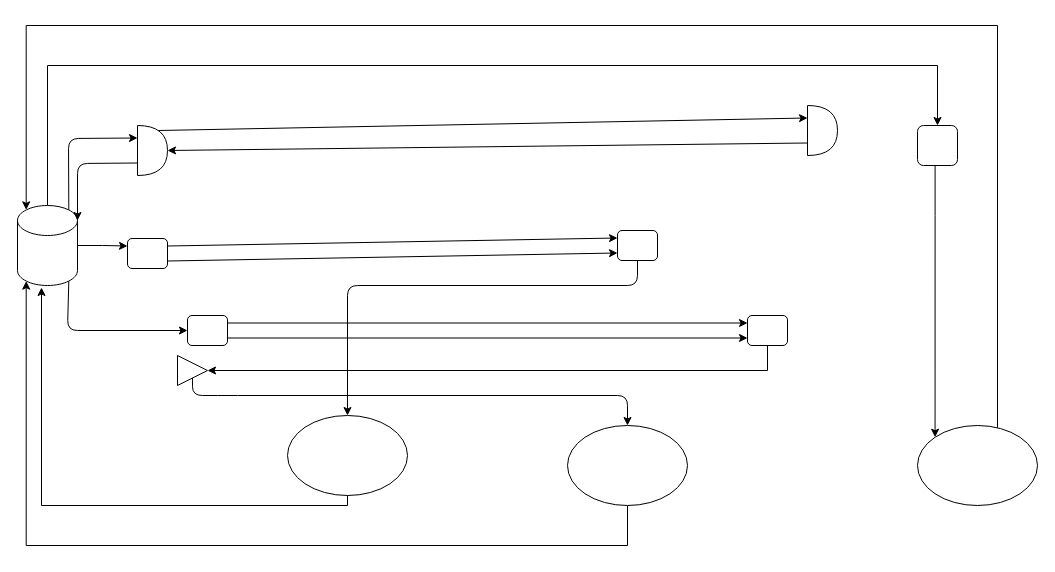
clearriver/draw keeps this draw.io diagram as upload.drawio. Above is the earlier version. Source tidied: cells renumbered, new cells numbered last; positions are measured from the earlier drawing's top-left corner, leaving out a move shared by most shapes. Both pictures are drawn from the tidied source at 100%, with x=0, y=0 at pixel (17, 25).
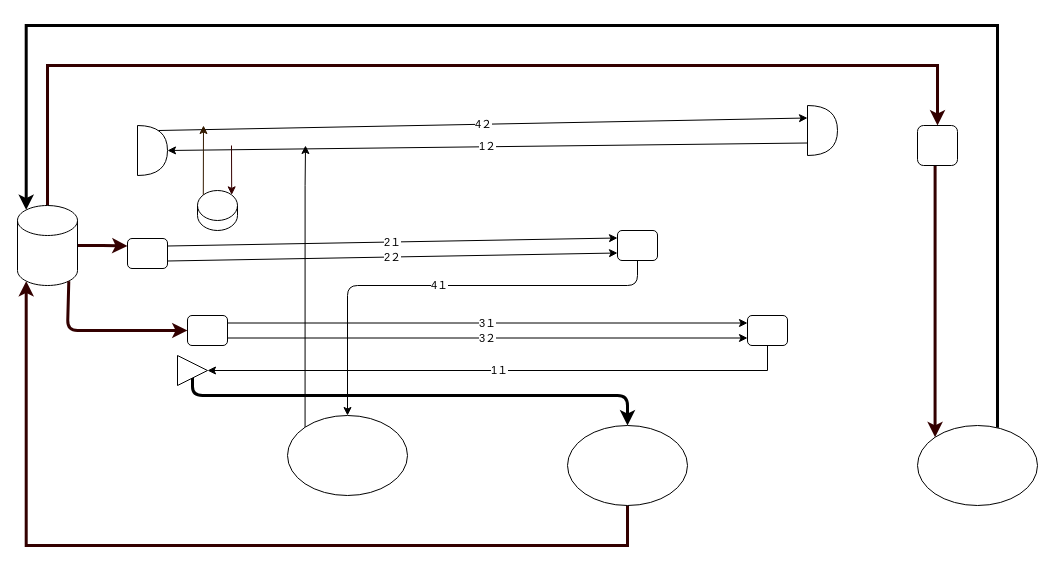
After the change.

The change refers to these unchanged cells:
```xml
<mxCell id="4" style="shape=cylinder3;whiteSpace=wrap;html=1;boundedLbl=1;backgroundOutline=1;size=15;" parent="1" vertex="1">
  <mxGeometry y="180" width="60" height="80" as="geometry" />
</mxCell>
<mxCell id="5" style="rounded=1;whiteSpace=wrap;html=1;" parent="1" vertex="1">
  <mxGeometry x="110" y="213" width="40" height="30" as="geometry" />
</mxCell>
<mxCell id="7" style="rounded=1;whiteSpace=wrap;html=1;" parent="1" vertex="1">
  <mxGeometry x="900" y="100" width="40" height="40" as="geometry" />
</mxCell>
<mxCell id="8" style="shape=or;whiteSpace=wrap;html=1;" parent="1" vertex="1">
  <mxGeometry x="790" y="80" width="30" height="50" as="geometry" />
</mxCell>
<mxCell id="10" style="ellipse;whiteSpace=wrap;html=1;" parent="1" vertex="1">
  <mxGeometry x="270" y="390" width="120" height="80" as="geometry" />
</mxCell>
<mxCell id="12" style="ellipse;whiteSpace=wrap;html=1;" parent="1" vertex="1">
  <mxGeometry x="550" y="400" width="120" height="80" as="geometry" />
</mxCell>
<mxCell id="14" style="ellipse;whiteSpace=wrap;html=1;" parent="1" vertex="1">
  <mxGeometry x="900" y="400" width="120" height="80" as="geometry" />
</mxCell>
<mxCell id="16" style="rounded=1;whiteSpace=wrap;html=1;" parent="1" vertex="1">
  <mxGeometry x="730" y="290" width="40" height="30" as="geometry" />
</mxCell>
<mxCell id="17" style="rounded=1;whiteSpace=wrap;html=1;" parent="1" vertex="1">
  <mxGeometry x="600" y="205" width="40" height="30" as="geometry" />
</mxCell>
<mxCell id="18" style="rounded=1;whiteSpace=wrap;html=1;" parent="1" vertex="1">
  <mxGeometry x="170" y="290" width="40" height="30" as="geometry" />
</mxCell>
<mxCell id="19" style="shape=or;whiteSpace=wrap;html=1;" parent="1" vertex="1">
  <mxGeometry x="120" y="100" width="30" height="50" as="geometry" />
</mxCell>
<mxCell id="28" style="triangle;whiteSpace=wrap;html=1;" parent="1" vertex="1">
  <mxGeometry x="160" y="330" width="30" height="30" as="geometry" />
</mxCell>
```

The edit, as a diff of the source:
```diff
@@
-    <mxCell id="2" style="edgeStyle=orthogonalEdgeStyle;rounded=0;jettySize=auto;html=1;entryX=0.5;entryY=0;entryDx=0;entryDy=0;" parent="1" edge="1" source="4" target="7">
+    <mxCell id="2" style="edgeStyle=orthogonalEdgeStyle;rounded=0;jettySize=auto;html=1;entryX=0.5;entryY=0;entryDx=0;entryDy=0;strokeColor=#330000;strokeWidth=3;" parent="1" edge="1" source="4" target="7">
       <mxGeometry relative="1" as="geometry">
         <Array as="points">
           <mxPoint x="30" y="40" />
           <mxPoint x="920" y="40" />
         </Array>
       </mxGeometry>
     </mxCell>
-    <mxCell id="3" style="edgeStyle=orthogonalEdgeStyle;rounded=0;jettySize=auto;html=1;entryX=0;entryY=0.25;entryDx=0;entryDy=0;" parent="1" edge="1" source="4" target="5">
+    <mxCell id="3" style="edgeStyle=orthogonalEdgeStyle;rounded=0;jettySize=auto;html=1;entryX=0;entryY=0.25;entryDx=0;entryDy=0;strokeColor=#330000;strokeWidth=3;" parent="1" edge="1" source="4" target="5">
       <mxGeometry relative="1" as="geometry" />
     </mxCell>
@@
-    <mxCell id="6" style="edgeStyle=orthogonalEdgeStyle;rounded=0;jettySize=auto;html=1;entryX=0;entryY=0;entryDx=0;entryDy=0;" parent="1" edge="1" source="7" target="14">
+    <mxCell id="6" style="edgeStyle=orthogonalEdgeStyle;rounded=0;jettySize=auto;html=1;entryX=0;entryY=0;entryDx=0;entryDy=0;strokeColor=#330000;strokeWidth=3;" parent="1" edge="1" source="7" target="14">
       <mxGeometry relative="1" as="geometry">
         <Array as="points">
           <mxPoint x="918" y="190" />
         </Array>
       </mxGeometry>
     </mxCell>
@@
-    <mxCell id="9" style="edgeStyle=orthogonalEdgeStyle;rounded=0;jettySize=auto;html=1;entryX=0.4;entryY=1.025;entryDx=0;entryDy=0;entryPerimeter=0;" parent="1" edge="1" source="10" target="4">
+    <mxCell id="9" style="edgeStyle=orthogonalEdgeStyle;rounded=0;jettySize=auto;html=1;exitX=0;exitY=0;exitDx=0;exitDy=0;" parent="1" edge="1" source="10">
       <mxGeometry relative="1" as="geometry">
+        <mxPoint x="288" y="120" as="targetPoint" />
         <Array as="points">
-          <mxPoint x="330" y="480" />
-          <mxPoint x="24" y="480" />
+          <mxPoint x="288" y="160" />
+          <mxPoint x="288" y="160" />
         </Array>
       </mxGeometry>
     </mxCell>
@@
-    <mxCell id="11" style="edgeStyle=orthogonalEdgeStyle;rounded=0;jettySize=auto;html=1;entryX=0.145;entryY=1;entryDx=0;entryDy=-4.35;entryPerimeter=0;" parent="1" edge="1" source="12" target="4">
+    <mxCell id="11" style="edgeStyle=orthogonalEdgeStyle;rounded=0;jettySize=auto;html=1;entryX=0.145;entryY=1;entryDx=0;entryDy=-4.35;entryPerimeter=0;strokeColor=#330000;strokeWidth=3;" parent="1" edge="1" source="12" target="4">
       <mxGeometry relative="1" as="geometry">
         <Array as="points">
           <mxPoint x="610" y="520" />
           <mxPoint x="9" y="520" />
         </Array>
       </mxGeometry>
     </mxCell>
@@
-    <mxCell id="13" style="edgeStyle=orthogonalEdgeStyle;rounded=0;jettySize=auto;html=1;entryX=0.145;entryY=0;entryDx=0;entryDy=4.35;entryPerimeter=0;" parent="1" edge="1" source="14" target="4">
+    <mxCell id="13" style="edgeStyle=orthogonalEdgeStyle;rounded=0;jettySize=auto;html=1;entryX=0.145;entryY=0;entryDx=0;entryDy=4.35;entryPerimeter=0;strokeWidth=3;" parent="1" edge="1" source="14" target="4">
       <mxGeometry relative="1" as="geometry">
         <Array as="points">
           <mxPoint x="980" />
           <mxPoint x="9" />
         </Array>
       </mxGeometry>
     </mxCell>
@@
-    <mxCell id="15" style="edgeStyle=orthogonalEdgeStyle;rounded=0;jettySize=auto;html=1;entryX=1;entryY=0.5;entryDx=0;entryDy=0;" parent="1" edge="1" source="16" target="28">
+    <mxCell id="15" value="1１" style="edgeStyle=orthogonalEdgeStyle;rounded=0;jettySize=auto;html=1;entryX=1;entryY=0.5;entryDx=0;entryDy=0;" parent="1" edge="1" source="16" target="28">
       <mxGeometry relative="1" as="geometry">
         <Array as="points">
           <mxPoint x="750" y="345" />
         </Array>
       </mxGeometry>
     </mxCell>
@@
-    <mxCell id="20" style="endArrow=classic;html=1;exitX=0.7;exitY=0.1;exitDx=0;exitDy=0;exitPerimeter=0;entryX=0;entryY=0.25;entryDx=0;entryDy=0;entryPerimeter=0;" parent="1" edge="1" source="19" target="8">
+    <mxCell id="20" value="4２" style="endArrow=classic;html=1;exitX=0.7;exitY=0.1;exitDx=0;exitDy=0;exitPerimeter=0;entryX=0;entryY=0.25;entryDx=0;entryDy=0;entryPerimeter=0;" parent="1" edge="1" source="19" target="8">
       <mxGeometry relative="1" as="geometry" />
     </mxCell>
-    <mxCell id="21" style="endArrow=classic;html=1;entryX=1;entryY=0.5;entryDx=0;entryDy=0;entryPerimeter=0;exitX=0;exitY=0.75;exitDx=0;exitDy=0;exitPerimeter=0;" parent="1" edge="1" source="8" target="19">
+    <mxCell id="21" value="1２" style="endArrow=classic;html=1;entryX=1;entryY=0.5;entryDx=0;entryDy=0;entryPerimeter=0;exitX=0;exitY=0.75;exitDx=0;exitDy=0;exitPerimeter=0;" parent="1" edge="1" source="8" target="19">
       <mxGeometry relative="1" as="geometry" />
     </mxCell>
-    <mxCell id="22" style="endArrow=classic;html=1;exitX=0.855;exitY=0;exitDx=0;exitDy=4.35;exitPerimeter=0;entryX=0;entryY=0.25;entryDx=0;entryDy=0;entryPerimeter=0;" parent="1" edge="1" source="4" target="19">
-      <mxGeometry relative="1" as="geometry">
-        <Array as="points">
-          <mxPoint x="51" y="113" />
-        </Array>
-      </mxGeometry>
-    </mxCell>
-    <mxCell id="23" style="endArrow=classic;html=1;entryX=1;entryY=0;entryDx=0;entryDy=15;entryPerimeter=0;exitX=0;exitY=0.75;exitDx=0;exitDy=0;exitPerimeter=0;" parent="1" edge="1" source="19" target="4">
-      <mxGeometry relative="1" as="geometry">
-        <Array as="points">
-          <mxPoint x="60" y="138" />
-        </Array>
-      </mxGeometry>
-    </mxCell>
-    <mxCell id="24" style="endArrow=classic;html=1;exitX=1;exitY=0.25;exitDx=0;exitDy=0;entryX=0;entryY=0.25;entryDx=0;entryDy=0;" parent="1" edge="1" source="5" target="17">
+    <mxCell id="24" value="2１" style="endArrow=classic;html=1;exitX=1;exitY=0.25;exitDx=0;exitDy=0;entryX=0;entryY=0.25;entryDx=0;entryDy=0;" parent="1" edge="1" source="5" target="17">
       <mxGeometry relative="1" as="geometry" />
     </mxCell>
-    <mxCell id="25" style="endArrow=classic;html=1;entryX=0;entryY=0.75;entryDx=0;entryDy=0;exitX=1;exitY=0.75;exitDx=0;exitDy=0;" parent="1" edge="1" source="5" target="17">
+    <mxCell id="25" value="2２" style="endArrow=classic;html=1;entryX=0;entryY=0.75;entryDx=0;entryDy=0;exitX=1;exitY=0.75;exitDx=0;exitDy=0;" parent="1" edge="1" source="5" target="17">
       <mxGeometry relative="1" as="geometry" />
     </mxCell>
-    <mxCell id="26" style="endArrow=classic;html=1;exitX=1;exitY=0.25;exitDx=0;exitDy=0;entryX=0;entryY=0.25;entryDx=0;entryDy=0;" parent="1" edge="1" source="18" target="16">
+    <mxCell id="26" value="3１" style="endArrow=classic;html=1;exitX=1;exitY=0.25;exitDx=0;exitDy=0;entryX=0;entryY=0.25;entryDx=0;entryDy=0;" parent="1" edge="1" source="18" target="16">
       <mxGeometry relative="1" as="geometry" />
     </mxCell>
-    <mxCell id="27" style="endArrow=classic;html=1;exitX=1;exitY=0.75;exitDx=0;exitDy=0;entryX=0;entryY=0.75;entryDx=0;entryDy=0;" parent="1" edge="1" source="18" target="16">
+    <mxCell id="27" value="3２" style="endArrow=classic;html=1;exitX=1;exitY=0.75;exitDx=0;exitDy=0;entryX=0;entryY=0.75;entryDx=0;entryDy=0;" parent="1" edge="1" source="18" target="16">
       <mxGeometry relative="1" as="geometry" />
     </mxCell>
@@
-    <mxCell id="29" style="endArrow=classic;html=1;exitX=0.5;exitY=1;exitDx=0;exitDy=0;entryX=0.5;entryY=0;entryDx=0;entryDy=0;" parent="1" edge="1" source="28" target="12">
+    <mxCell id="29" style="endArrow=classic;html=1;exitX=0.5;exitY=1;exitDx=0;exitDy=0;entryX=0.5;entryY=0;entryDx=0;entryDy=0;strokeWidth=3;" parent="1" edge="1" source="28" target="12">
       <mxGeometry relative="1" as="geometry">
         <Array as="points">
           <mxPoint x="175" y="370" />
           <mxPoint x="210" y="370" />
           <mxPoint x="610" y="370" />
         </Array>
       </mxGeometry>
     </mxCell>
-    <mxCell id="30" style="endArrow=classic;html=1;exitX=0.855;exitY=1;exitDx=0;exitDy=-4.35;exitPerimeter=0;entryX=0;entryY=0.5;entryDx=0;entryDy=0;" parent="1" edge="1" source="4" target="18">
+    <mxCell id="30" style="endArrow=classic;html=1;exitX=0.855;exitY=1;exitDx=0;exitDy=-4.35;exitPerimeter=0;entryX=0;entryY=0.5;entryDx=0;entryDy=0;strokeColor=#330000;strokeWidth=3;" parent="1" edge="1" source="4" target="18">
       <mxGeometry relative="1" as="geometry">
         <Array as="points">
           <mxPoint x="50" y="305" />
         </Array>
       </mxGeometry>
     </mxCell>
-    <mxCell id="31" style="endArrow=classic;html=1;entryX=0.5;entryY=0;entryDx=0;entryDy=0;exitX=0.5;exitY=1;exitDx=0;exitDy=0;" parent="1" edge="1" source="17" target="10">
+    <mxCell id="31" value="4１" style="endArrow=classic;html=1;entryX=0.5;entryY=0;entryDx=0;entryDy=0;exitX=0.5;exitY=1;exitDx=0;exitDy=0;" parent="1" edge="1" source="17" target="10">
       <mxGeometry relative="1" as="geometry">
         <Array as="points">
           <mxPoint x="620" y="260" />
           <mxPoint x="330" y="260" />
         </Array>
       </mxGeometry>
     </mxCell>
+    <mxCell id="32" style="shape=cylinder3;whiteSpace=wrap;html=1;boundedLbl=1;backgroundOutline=1;size=15;" parent="1" vertex="1">
+      <mxGeometry x="180" y="165" width="40" height="40" as="geometry" />
+    </mxCell>
+    <mxCell id="33" style="endArrow=classic;html=1;exitX=0.145;exitY=0;exitDx=0;exitDy=4.35;exitPerimeter=0;strokeColor=#331A00;" parent="1" edge="1" source="32">
+      <mxGeometry relative="1" as="geometry">
+        <mxPoint x="186" y="100" as="targetPoint" />
+      </mxGeometry>
+    </mxCell>
+    <mxCell id="34" style="endArrow=classic;html=1;entryX=0.855;entryY=0;entryDx=0;entryDy=4.35;entryPerimeter=0;strokeColor=#330000;" parent="1" edge="1" target="32">
+      <mxGeometry relative="1" as="geometry">
+        <mxPoint x="214" y="120" as="sourcePoint" />
+      </mxGeometry>
+    </mxCell>
```
